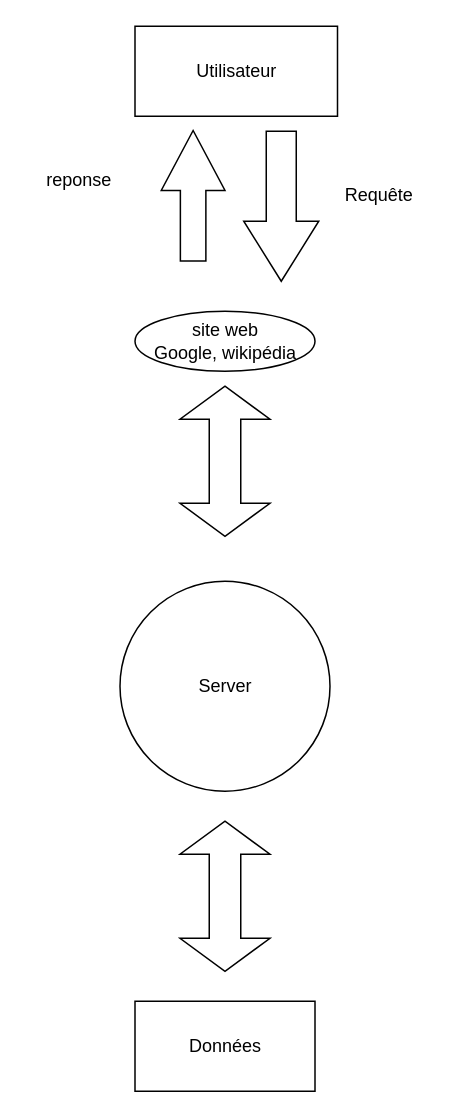
CyrilFreeman/Diagramme_internet keeps this draw.io diagram as Diagramme sans nom.drawio. Above is the earlier version. Source tidied: cells renumbered, new cells numbered last; positions are measured from the earlier drawing's top-left corner, leaving out a move shared by most shapes. Both pictures are drawn from the tidied source at 150%, with x=0, y=0 at pixel (26, 26).
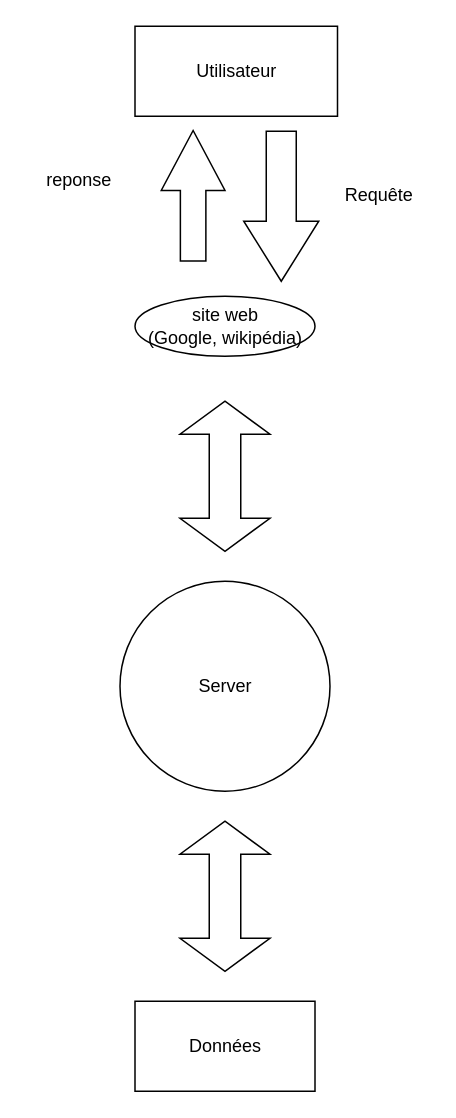
After the change.

Commit message (it also covers changes not shown here):
Mettre à jour Diagramme sans nom.drawio

Change to the diagram source:
```diff
@@
 <mxGraphModel>
   <root>
     <mxCell id="0" />
     <mxCell id="1" parent="0" />
     <mxCell id="2" value="Server" style="ellipse;whiteSpace=wrap;html=1;" parent="1" vertex="1">
       <mxGeometry x="62.5" y="370" width="140" height="140" as="geometry" />
     </mxCell>
     <mxCell id="3" value="Utilisateur" style="rounded=0;whiteSpace=wrap;html=1;" parent="1" vertex="1">
       <mxGeometry x="72.5" width="135" height="60" as="geometry" />
     </mxCell>
-    <mxCell id="4" value="site web&lt;br&gt;Google, wikipédia" style="ellipse;whiteSpace=wrap;html=1;" parent="1" vertex="1">
-      <mxGeometry x="72.5" y="190" width="120" height="40" as="geometry" />
+    <mxCell id="4" value="site web&lt;br&gt;(Google, wikipédia)" style="ellipse;whiteSpace=wrap;html=1;" parent="1" vertex="1">
+      <mxGeometry x="72.5" y="180" width="120" height="40" as="geometry" />
     </mxCell>
     <mxCell id="5" style="html=1;shadow=0;dashed=0;align=center;verticalAlign=middle;shape=mxgraph.arrows2.twoWayArrow;dy=0.65;dx=22;rotation=90;" parent="1" vertex="1">
-      <mxGeometry x="82.5" y="260" width="100" height="60" as="geometry" />
+      <mxGeometry x="82.5" y="270" width="100" height="60" as="geometry" />
     </mxCell>
     <mxCell id="6" style="html=1;shadow=0;dashed=0;align=center;verticalAlign=middle;shape=mxgraph.arrows2.arrow;dy=0.6;dx=40;direction=south;notch=0;" parent="1" vertex="1">
       <mxGeometry x="145" y="70" width="50" height="100" as="geometry" />
     </mxCell>
     <mxCell id="7" value="Requête" style="text;html=1;align=center;verticalAlign=middle;strokeColor=none;fillColor=none;" parent="1" vertex="1">
       <mxGeometry x="200" y="98" width="70" height="30" as="geometry" />
     </mxCell>
     <mxCell id="8" style="html=1;shadow=0;dashed=0;align=center;verticalAlign=middle;shape=mxgraph.arrows2.arrow;dy=0.6;dx=40;direction=north;notch=0;" parent="1" vertex="1">
       <mxGeometry x="90" y="69.5" width="42.5" height="87" as="geometry" />
     </mxCell>
     <mxCell id="9" value="reponse" style="text;html=1;align=center;verticalAlign=middle;strokeColor=none;fillColor=none;" parent="1" vertex="1">
       <mxGeometry y="88" width="70" height="30" as="geometry" />
     </mxCell>
     <mxCell id="10" style="html=1;shadow=0;dashed=0;align=center;verticalAlign=middle;shape=mxgraph.arrows2.twoWayArrow;dy=0.65;dx=22;rotation=90;" parent="1" vertex="1">
       <mxGeometry x="82.5" y="550" width="100" height="60" as="geometry" />
     </mxCell>
     <mxCell id="11" style="rounded=0;whiteSpace=wrap;html=1;" parent="1" vertex="1">
       <mxGeometry x="72.5" y="650" width="120" height="60" as="geometry" />
     </mxCell>
     <mxCell id="12" value="Données&lt;br&gt;" style="text;html=1;strokeColor=none;fillColor=none;align=center;verticalAlign=middle;whiteSpace=wrap;rounded=0;" parent="1" vertex="1">
       <mxGeometry x="102.5" y="665" width="60" height="30" as="geometry" />
     </mxCell>
   </root>
 </mxGraphModel>
```
